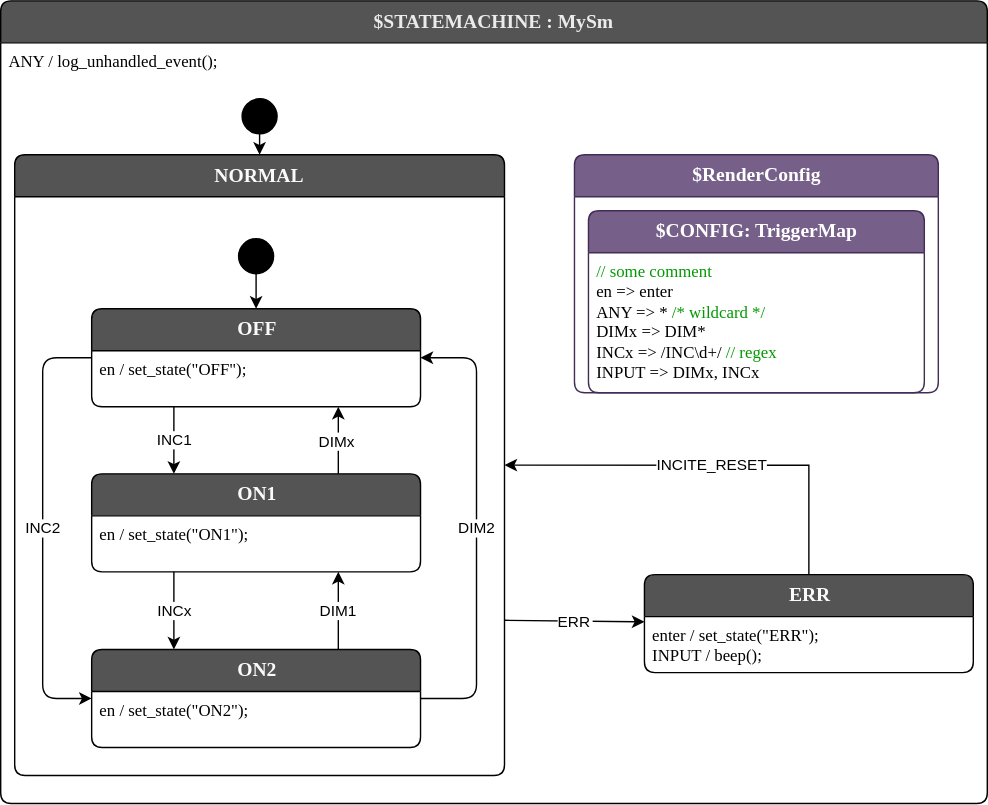
StateSmith/StateSmith-examples keeps this draw.io diagram as trigger-map/src/MySm.drawio.svg. Above is the earlier version. Source tidied: cells renumbered, new cells last; positions are measured from the earlier drawing's top-left corner, leaving out a move shared by most shapes. Its diagram source:
```xml
<mxGraphModel>
  <root>
    <mxCell id="0" />
    <mxCell id="1" parent="0" />
    <mxCell id="2" value="$STATEMACHINE : MySm" style="shape=swimlane;align=center;verticalAlign=top;fontFamily=Lucida Console;startSize=30;fontSize=14;fontStyle=1;swimlaneFillColor=default;rounded=1;arcSize=15;absoluteArcSize=1;fillColor=#545454;fontColor=#EBEBEB;" parent="1" vertex="1">
      <mxGeometry width="705" height="573.5" as="geometry" />
    </mxCell>
    <mxCell id="3" value="ANY / log_unhandled_event();" style="fontFamily=Lucida Console;align=left;verticalAlign=top;fillColor=none;gradientColor=none;strokeColor=none;rounded=0;spacingLeft=4;" parent="2" vertex="1">
      <mxGeometry y="30" width="230" height="30" as="geometry" />
    </mxCell>
    <mxCell id="4" style="edgeStyle=none;html=1;entryX=0.5;entryY=0;entryDx=0;entryDy=0;exitX=0.5;exitY=1;exitDx=0;exitDy=0;" parent="2" edge="1" source="29" target="10">
      <mxGeometry relative="1" as="geometry" />
    </mxCell>
    <mxCell id="5" value="$RenderConfig" style="shape=swimlane;align=center;verticalAlign=top;fontFamily=Lucida Console;startSize=30;fontSize=14;fontStyle=1;swimlaneFillColor=default;html=1;rounded=1;arcSize=15;absoluteArcSize=1;fillColor=#76608a;strokeColor=#432D57;fontColor=#ffffff;" parent="2" vertex="1">
      <mxGeometry x="410" y="110" width="260" height="170" as="geometry" />
    </mxCell>
    <mxCell id="6" style="fontFamily=Lucida Console;align=left;verticalAlign=top;fillColor=none;gradientColor=none;strokeColor=none;rounded=0;spacingLeft=4;" parent="5" vertex="1">
      <mxGeometry y="30" width="50" height="40" as="geometry" />
    </mxCell>
    <mxCell id="7" value="$CONFIG: TriggerMap" style="shape=swimlane;align=center;verticalAlign=top;fontFamily=Lucida Console;startSize=30;fontSize=14;fontStyle=1;swimlaneFillColor=default;html=1;rounded=1;arcSize=15;absoluteArcSize=1;fillColor=#76608a;fontColor=#ffffff;strokeColor=#432D57;" parent="5" vertex="1">
      <mxGeometry x="10" y="40" width="240" height="130" as="geometry" />
    </mxCell>
    <mxCell id="8" value="&lt;font color=&quot;#009900&quot;&gt;// some comment&lt;br&gt;&lt;/font&gt;en =&amp;gt; enter&lt;br&gt;ANY =&amp;gt; *&amp;nbsp;&lt;span style=&quot;color: rgb(0, 153, 0);&quot;&gt;/* wildcard */&lt;/span&gt;&lt;br&gt;DIMx =&amp;gt; DIM*&lt;br&gt;INCx =&amp;gt; /INC\d+/ &lt;font color=&quot;#009900&quot;&gt;// regex&lt;/font&gt;&lt;br&gt;INPUT =&amp;gt; DIMx, INCx" style="fontFamily=Lucida Console;align=left;verticalAlign=top;fillColor=none;gradientColor=none;strokeColor=none;rounded=0;spacingLeft=4;html=1;" parent="7" vertex="1">
      <mxGeometry y="30" width="210" height="100" as="geometry" />
    </mxCell>
    <mxCell id="9" value="ERR" style="exitX=1;exitY=0.75;exitDx=0;exitDy=0;fontColor=default;" parent="2" edge="1" source="10" target="27">
      <mxGeometry relative="1" as="geometry" />
    </mxCell>
    <mxCell id="10" value="NORMAL" style="shape=swimlane;align=center;verticalAlign=top;fontFamily=Lucida Console;startSize=30;fontSize=14;fontStyle=1;fontColor=#FAFAFA;fillColor=#545454;swimlaneFillColor=default;rounded=1;arcSize=15;absoluteArcSize=1;" parent="2" vertex="1">
      <mxGeometry x="10" y="110" width="350" height="443.5" as="geometry" />
    </mxCell>
    <mxCell id="11" value=" " style="fontFamily=Lucida Console;align=left;verticalAlign=top;fillColor=none;gradientColor=none;strokeColor=none;rounded=0;spacingLeft=4;" parent="10" vertex="1">
      <mxGeometry y="30" width="30" height="20" as="geometry" />
    </mxCell>
    <mxCell id="12" value="OFF" style="shape=swimlane;align=center;verticalAlign=top;fontFamily=Lucida Console;startSize=30;fontSize=14;fontStyle=1;swimlaneFillColor=default;html=1;rounded=1;arcSize=15;absoluteArcSize=1;fillColor=#545454;fontColor=#FAFAFA;" parent="10" vertex="1">
      <mxGeometry x="55" y="110" width="235" height="70" as="geometry" />
    </mxCell>
    <mxCell id="13" value="en / set_state(&quot;OFF&quot;);&#10;" style="fontFamily=Lucida Console;align=left;verticalAlign=top;fillColor=none;gradientColor=none;strokeColor=none;rounded=0;spacingLeft=4;" parent="12" vertex="1">
      <mxGeometry y="30" width="180" height="30" as="geometry" />
    </mxCell>
    <mxCell id="14" value="DIMx" style="edgeStyle=none;html=1;exitX=0.75;exitY=0;exitDx=0;exitDy=0;entryX=0.75;entryY=1;entryDx=0;entryDy=0;" parent="10" edge="1" source="15" target="12">
      <mxGeometry x="-0.03" y="1" relative="1" as="geometry" />
    </mxCell>
    <mxCell id="15" value="ON1" style="shape=swimlane;align=center;verticalAlign=top;fontFamily=Lucida Console;startSize=30;fontSize=14;fontStyle=1;swimlaneFillColor=default;html=1;rounded=1;arcSize=15;absoluteArcSize=1;fillColor=#545454;fontColor=#FAFAFA;" parent="10" vertex="1">
      <mxGeometry x="55" y="228" width="235" height="70" as="geometry" />
    </mxCell>
    <mxCell id="16" value="en / set_state(&quot;ON1&quot;);" style="fontFamily=Lucida Console;align=left;verticalAlign=top;fillColor=none;gradientColor=none;strokeColor=none;rounded=0;spacingLeft=4;" parent="15" vertex="1">
      <mxGeometry y="30" width="180" height="30" as="geometry" />
    </mxCell>
    <mxCell id="17" value="INC1" style="edgeStyle=orthogonalEdgeStyle;html=1;exitX=0.25;exitY=1;exitDx=0;exitDy=0;entryX=0.25;entryY=0;entryDx=0;entryDy=0;" parent="10" edge="1" source="12" target="15">
      <mxGeometry relative="1" as="geometry" />
    </mxCell>
    <mxCell id="18" value="DIM1" style="edgeStyle=none;html=1;exitX=0.75;exitY=0;exitDx=0;exitDy=0;entryX=0.75;entryY=1;entryDx=0;entryDy=0;" parent="10" edge="1" source="20" target="15">
      <mxGeometry relative="1" as="geometry" />
    </mxCell>
    <mxCell id="19" value="DIM2" style="html=1;exitX=1;exitY=0.5;exitDx=0;exitDy=0;entryX=1;entryY=0.5;entryDx=0;entryDy=0;edgeStyle=orthogonalEdgeStyle;" parent="10" edge="1" source="20" target="12">
      <mxGeometry relative="1" as="geometry">
        <Array as="points">
          <mxPoint x="330" y="388.5" />
          <mxPoint x="330" y="145.5" />
        </Array>
      </mxGeometry>
    </mxCell>
    <mxCell id="20" value="ON2" style="shape=swimlane;align=center;verticalAlign=top;fontFamily=Lucida Console;startSize=30;fontSize=14;fontStyle=1;swimlaneFillColor=default;html=1;rounded=1;arcSize=15;absoluteArcSize=1;fillColor=#545454;fontColor=#FAFAFA;" parent="10" vertex="1">
      <mxGeometry x="55" y="353.5" width="235" height="70" as="geometry" />
    </mxCell>
    <mxCell id="21" value="en / set_state(&quot;ON2&quot;);&#10;" style="fontFamily=Lucida Console;align=left;verticalAlign=top;fillColor=none;gradientColor=none;strokeColor=none;rounded=0;spacingLeft=4;" parent="20" vertex="1">
      <mxGeometry y="30" width="180" height="30" as="geometry" />
    </mxCell>
    <mxCell id="22" value="INC2" style="edgeStyle=orthogonalEdgeStyle;html=1;exitX=0;exitY=0.5;exitDx=0;exitDy=0;entryX=0;entryY=0.5;entryDx=0;entryDy=0;" parent="10" edge="1" source="12" target="20">
      <mxGeometry relative="1" as="geometry">
        <Array as="points">
          <mxPoint x="20" y="145.5" />
          <mxPoint x="20" y="388.5" />
        </Array>
      </mxGeometry>
    </mxCell>
    <mxCell id="23" value="INCx" style="edgeStyle=orthogonalEdgeStyle;html=1;exitX=0.25;exitY=1;exitDx=0;exitDy=0;entryX=0.25;entryY=0;entryDx=0;entryDy=0;" parent="10" edge="1" source="15" target="20">
      <mxGeometry relative="1" as="geometry" />
    </mxCell>
    <mxCell id="24" style="edgeStyle=orthogonalEdgeStyle;rounded=0;jettySize=auto;html=1;exitX=0.5;exitY=1;exitDx=0;exitDy=0;entryX=0.5;entryY=0;entryDx=0;entryDy=0;" parent="10" edge="1" source="25" target="12">
      <mxGeometry relative="1" as="geometry" />
    </mxCell>
    <mxCell id="25" value="$initial_state" style="shape=ellipse;fillColor=#000000;noLabel=1;" parent="10" vertex="1">
      <mxGeometry x="160" y="60" width="25" height="25" as="geometry" />
    </mxCell>
    <mxCell id="26" value="INCITE_RESET" style="edgeStyle=orthogonalEdgeStyle;rounded=0;jettySize=auto;html=1;exitX=0.5;exitY=0;exitDx=0;exitDy=0;entryX=1;entryY=0.5;entryDx=0;entryDy=0;" parent="2" edge="1" source="27" target="10">
      <mxGeometry relative="1" as="geometry" />
    </mxCell>
    <mxCell id="27" value="ERR" style="shape=swimlane;align=center;verticalAlign=top;fontFamily=Lucida Console;startSize=30;fontSize=14;fontStyle=1;swimlaneFillColor=default;html=1;rounded=1;arcSize=15;absoluteArcSize=1;fillColor=#545454;fontColor=#FAFAFA;" parent="2" vertex="1">
      <mxGeometry x="460" y="410" width="235" height="70" as="geometry" />
    </mxCell>
    <mxCell id="28" value="enter / set_state(&quot;ERR&quot;);&#10;INPUT / beep();" style="fontFamily=Lucida Console;align=left;verticalAlign=top;fillColor=none;gradientColor=none;strokeColor=none;rounded=0;spacingLeft=4;" parent="27" vertex="1">
      <mxGeometry y="30" width="210" height="40" as="geometry" />
    </mxCell>
    <mxCell id="29" value="$initial_state" style="shape=ellipse;fillColor=#000000;noLabel=1;" parent="2" vertex="1">
      <mxGeometry x="172.5" y="70" width="25" height="25" as="geometry" />
    </mxCell>
  </root>
</mxGraphModel>
```
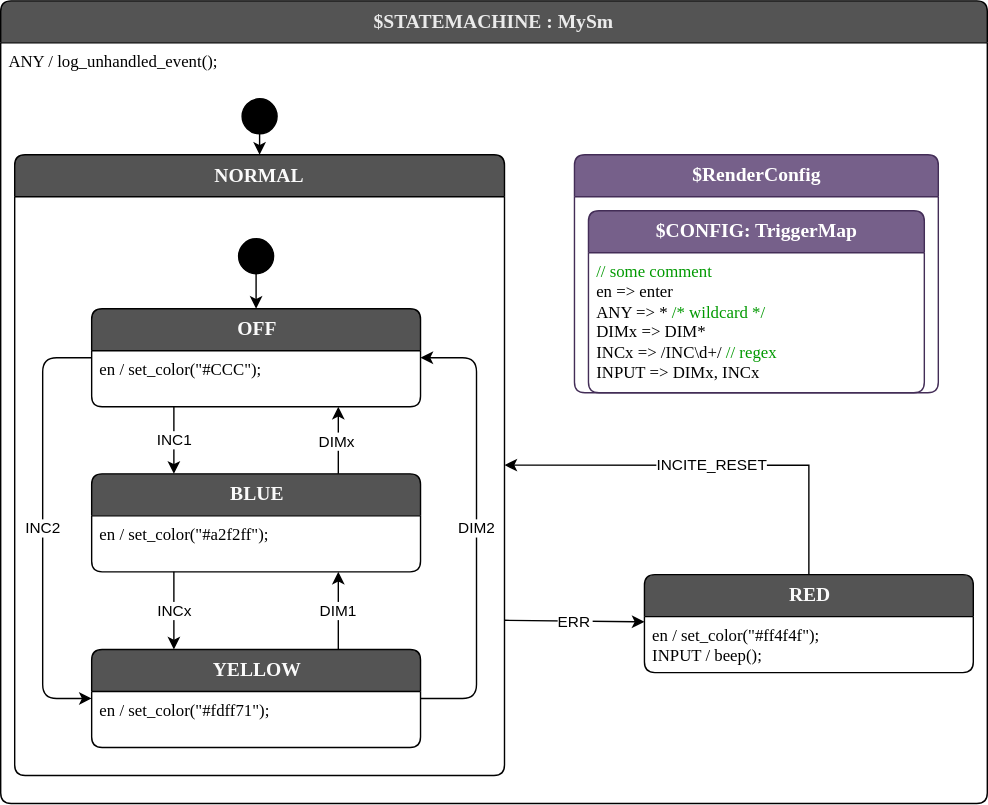
The same file after the commit.

Commit message:
trigger-map example add color

Change to the diagram source:
```diff
@@ -35,17 +35,17 @@
     <mxCell id="12" value="OFF" style="shape=swimlane;align=center;verticalAlign=top;fontFamily=Lucida Console;startSize=30;fontSize=14;fontStyle=1;swimlaneFillColor=default;html=1;rounded=1;arcSize=15;absoluteArcSize=1;fillColor=#545454;fontColor=#FAFAFA;" parent="10" vertex="1">
       <mxGeometry x="55" y="110" width="235" height="70" as="geometry" />
     </mxCell>
-    <mxCell id="13" value="en / set_state(&quot;OFF&quot;);&#10;" style="fontFamily=Lucida Console;align=left;verticalAlign=top;fillColor=none;gradientColor=none;strokeColor=none;rounded=0;spacingLeft=4;" parent="12" vertex="1">
-      <mxGeometry y="30" width="180" height="30" as="geometry" />
+    <mxCell id="13" value="en / set_color(&quot;#CCC&quot;);&#10;" style="fontFamily=Lucida Console;align=left;verticalAlign=top;fillColor=none;gradientColor=none;strokeColor=none;rounded=0;spacingLeft=4;" parent="12" vertex="1">
+      <mxGeometry y="30" width="190" height="30" as="geometry" />
     </mxCell>
     <mxCell id="14" value="DIMx" style="edgeStyle=none;html=1;exitX=0.75;exitY=0;exitDx=0;exitDy=0;entryX=0.75;entryY=1;entryDx=0;entryDy=0;" parent="10" edge="1" source="15" target="12">
       <mxGeometry x="-0.03" y="1" relative="1" as="geometry" />
     </mxCell>
-    <mxCell id="15" value="ON1" style="shape=swimlane;align=center;verticalAlign=top;fontFamily=Lucida Console;startSize=30;fontSize=14;fontStyle=1;swimlaneFillColor=default;html=1;rounded=1;arcSize=15;absoluteArcSize=1;fillColor=#545454;fontColor=#FAFAFA;" parent="10" vertex="1">
+    <mxCell id="15" value="BLUE" style="shape=swimlane;align=center;verticalAlign=top;fontFamily=Lucida Console;startSize=30;fontSize=14;fontStyle=1;swimlaneFillColor=default;html=1;rounded=1;arcSize=15;absoluteArcSize=1;fillColor=#545454;fontColor=#FAFAFA;" parent="10" vertex="1">
       <mxGeometry x="55" y="228" width="235" height="70" as="geometry" />
     </mxCell>
-    <mxCell id="16" value="en / set_state(&quot;ON1&quot;);" style="fontFamily=Lucida Console;align=left;verticalAlign=top;fillColor=none;gradientColor=none;strokeColor=none;rounded=0;spacingLeft=4;" parent="15" vertex="1">
-      <mxGeometry y="30" width="180" height="30" as="geometry" />
+    <mxCell id="16" value="en / set_color(&quot;#a2f2ff&quot;);" style="fontFamily=Lucida Console;align=left;verticalAlign=top;fillColor=none;gradientColor=none;strokeColor=none;rounded=0;spacingLeft=4;" parent="15" vertex="1">
+      <mxGeometry y="30" width="210" height="30" as="geometry" />
     </mxCell>
     <mxCell id="17" value="INC1" style="edgeStyle=orthogonalEdgeStyle;html=1;exitX=0.25;exitY=1;exitDx=0;exitDy=0;entryX=0.25;entryY=0;entryDx=0;entryDy=0;" parent="10" edge="1" source="12" target="15">
       <mxGeometry relative="1" as="geometry" />
@@ -61,11 +61,11 @@
         </Array>
       </mxGeometry>
     </mxCell>
-    <mxCell id="20" value="ON2" style="shape=swimlane;align=center;verticalAlign=top;fontFamily=Lucida Console;startSize=30;fontSize=14;fontStyle=1;swimlaneFillColor=default;html=1;rounded=1;arcSize=15;absoluteArcSize=1;fillColor=#545454;fontColor=#FAFAFA;" parent="10" vertex="1">
+    <mxCell id="20" value="YELLOW" style="shape=swimlane;align=center;verticalAlign=top;fontFamily=Lucida Console;startSize=30;fontSize=14;fontStyle=1;swimlaneFillColor=default;html=1;rounded=1;arcSize=15;absoluteArcSize=1;fillColor=#545454;fontColor=#FAFAFA;" parent="10" vertex="1">
       <mxGeometry x="55" y="353.5" width="235" height="70" as="geometry" />
     </mxCell>
-    <mxCell id="21" value="en / set_state(&quot;ON2&quot;);&#10;" style="fontFamily=Lucida Console;align=left;verticalAlign=top;fillColor=none;gradientColor=none;strokeColor=none;rounded=0;spacingLeft=4;" parent="20" vertex="1">
-      <mxGeometry y="30" width="180" height="30" as="geometry" />
+    <mxCell id="21" value="en / set_color(&quot;#fdff71&quot;);" style="fontFamily=Lucida Console;align=left;verticalAlign=top;fillColor=none;gradientColor=none;strokeColor=none;rounded=0;spacingLeft=4;" parent="20" vertex="1">
+      <mxGeometry y="30" width="210" height="30" as="geometry" />
     </mxCell>
     <mxCell id="22" value="INC2" style="edgeStyle=orthogonalEdgeStyle;html=1;exitX=0;exitY=0.5;exitDx=0;exitDy=0;entryX=0;entryY=0.5;entryDx=0;entryDy=0;" parent="10" edge="1" source="12" target="20">
       <mxGeometry relative="1" as="geometry">
@@ -87,10 +87,10 @@
     <mxCell id="26" value="INCITE_RESET" style="edgeStyle=orthogonalEdgeStyle;rounded=0;jettySize=auto;html=1;exitX=0.5;exitY=0;exitDx=0;exitDy=0;entryX=1;entryY=0.5;entryDx=0;entryDy=0;" parent="2" edge="1" source="27" target="10">
       <mxGeometry relative="1" as="geometry" />
     </mxCell>
-    <mxCell id="27" value="ERR" style="shape=swimlane;align=center;verticalAlign=top;fontFamily=Lucida Console;startSize=30;fontSize=14;fontStyle=1;swimlaneFillColor=default;html=1;rounded=1;arcSize=15;absoluteArcSize=1;fillColor=#545454;fontColor=#FAFAFA;" parent="2" vertex="1">
+    <mxCell id="27" value="RED" style="shape=swimlane;align=center;verticalAlign=top;fontFamily=Lucida Console;startSize=30;fontSize=14;fontStyle=1;swimlaneFillColor=default;html=1;rounded=1;arcSize=15;absoluteArcSize=1;fillColor=#545454;fontColor=#FAFAFA;" parent="2" vertex="1">
       <mxGeometry x="460" y="410" width="235" height="70" as="geometry" />
     </mxCell>
-    <mxCell id="28" value="enter / set_state(&quot;ERR&quot;);&#10;INPUT / beep();" style="fontFamily=Lucida Console;align=left;verticalAlign=top;fillColor=none;gradientColor=none;strokeColor=none;rounded=0;spacingLeft=4;" parent="27" vertex="1">
+    <mxCell id="28" value="en / set_color(&quot;#ff4f4f&quot;);&#10;INPUT / beep();" style="fontFamily=Lucida Console;align=left;verticalAlign=top;fillColor=none;gradientColor=none;strokeColor=none;rounded=0;spacingLeft=4;" parent="27" vertex="1">
       <mxGeometry y="30" width="210" height="40" as="geometry" />
     </mxCell>
     <mxCell id="29" value="$initial_state" style="shape=ellipse;fillColor=#000000;noLabel=1;" parent="2" vertex="1">
```
